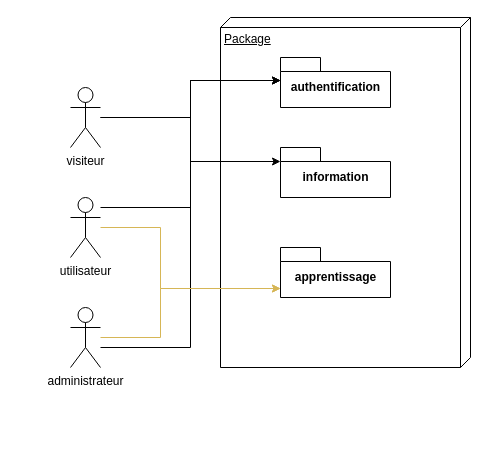
tbuglioni/unlimited-studies-doc keeps this draw.io diagram as Fichiers graphiques/Diagramme de package.drawio. Above is the earlier version. Source tidied: cells renumbered, new cells numbered last; positions are measured from the earlier drawing's top-left corner, leaving out a move shared by most shapes. Both pictures are drawn from the tidied source at 100%, with x=0, y=0 at pixel (70, 17).
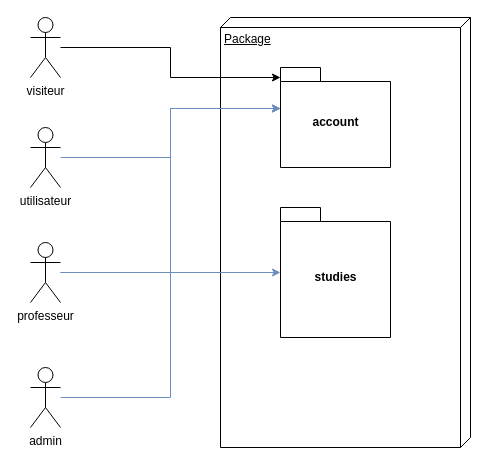
After the change.

What changed in the source:
```diff
@@
     <mxCell id="2" value="Package" style="verticalAlign=top;align=left;spacingTop=8;spacingLeft=2;spacingRight=12;shape=cube;size=10;direction=south;fontStyle=4;html=1;" parent="1" vertex="1">
-      <mxGeometry x="150" width="250" height="350" as="geometry" />
+      <mxGeometry x="150" width="250" height="430" as="geometry" />
     </mxCell>
+    <mxCell id="12" value="account" style="shape=folder;fontStyle=1;spacingTop=10;tabWidth=40;tabHeight=14;tabPosition=left;html=1;" parent="1" vertex="1">
+      <mxGeometry x="210" y="50" width="110" height="100" as="geometry" />
+    </mxCell>
+    <mxCell id="14" value="studies" style="shape=folder;fontStyle=1;spacingTop=10;tabWidth=40;tabHeight=14;tabPosition=left;html=1;" parent="1" vertex="1">
+      <mxGeometry x="210" y="190" width="110" height="130" as="geometry" />
+    </mxCell>
-    <mxCell id="3" style="edgeStyle=orthogonalEdgeStyle;rounded=0;jettySize=auto;html=1;entryX=0;entryY=0;entryDx=0;entryDy=23;entryPerimeter=0;" parent="1" edge="1" source="5" target="12">
-      <mxGeometry relative="1" as="geometry">
-        <Array as="points">
-          <mxPoint x="120" y="190" />
-          <mxPoint x="120" y="63" />
-        </Array>
-      </mxGeometry>
+    <mxCell id="3" style="edgeStyle=orthogonalEdgeStyle;rounded=0;jettySize=auto;html=1;entryX=0;entryY=0;entryDx=0;entryDy=41;entryPerimeter=0;fillColor=#dae8fc;strokeColor=#6c8ebf;" parent="1" edge="1" source="5" target="12">
+      <mxGeometry relative="1" as="geometry" />
     </mxCell>
-    <mxCell id="4" style="edgeStyle=orthogonalEdgeStyle;rounded=0;jettySize=auto;html=1;entryX=0;entryY=0;entryDx=0;entryDy=41;entryPerimeter=0;fillColor=#fff2cc;strokeColor=#d6b656;" parent="1" edge="1" source="5" target="14">
-      <mxGeometry relative="1" as="geometry">
-        <Array as="points">
-          <mxPoint x="90" y="210" />
-          <mxPoint x="90" y="271" />
-        </Array>
-      </mxGeometry>
-    </mxCell>
     <mxCell id="5" value="utilisateur" style="shape=umlActor;verticalLabelPosition=bottom;verticalAlign=top;html=1;" parent="1" vertex="1">
-      <mxGeometry y="180" width="30" height="60" as="geometry" />
+      <mxGeometry x="-40" y="110" width="30" height="60" as="geometry" />
     </mxCell>
-    <mxCell id="6" style="edgeStyle=orthogonalEdgeStyle;rounded=0;jettySize=auto;html=1;entryX=0;entryY=0;entryDx=0;entryDy=23;entryPerimeter=0;" parent="1" edge="1" source="8" target="12">
-      <mxGeometry relative="1" as="geometry" />
+    <mxCell id="6" style="edgeStyle=orthogonalEdgeStyle;rounded=0;jettySize=auto;html=1;" parent="1" edge="1" source="8" target="12">
+      <mxGeometry relative="1" as="geometry">
+        <Array as="points">
+          <mxPoint x="100" y="30" />
+          <mxPoint x="100" y="60" />
+        </Array>
+      </mxGeometry>
     </mxCell>
-    <mxCell id="7" style="edgeStyle=orthogonalEdgeStyle;rounded=0;jettySize=auto;html=1;entryX=0;entryY=0;entryDx=0;entryDy=14;entryPerimeter=0;" parent="1" edge="1" source="8" target="13">
-      <mxGeometry relative="1" as="geometry" />
-    </mxCell>
     <mxCell id="8" value="visiteur" style="shape=umlActor;verticalLabelPosition=bottom;verticalAlign=top;html=1;" parent="1" vertex="1">
-      <mxGeometry y="70" width="30" height="60" as="geometry" />
+      <mxGeometry x="-40" width="30" height="60" as="geometry" />
     </mxCell>
-    <mxCell id="9" style="edgeStyle=orthogonalEdgeStyle;rounded=0;jettySize=auto;html=1;entryX=0;entryY=0;entryDx=0;entryDy=23;entryPerimeter=0;" parent="1" edge="1" source="11" target="12">
-      <mxGeometry relative="1" as="geometry">
-        <Array as="points">
-          <mxPoint x="120" y="330" />
-          <mxPoint x="120" y="63" />
-        </Array>
-      </mxGeometry>
-    </mxCell>
-    <mxCell id="10" style="edgeStyle=orthogonalEdgeStyle;rounded=0;jettySize=auto;html=1;entryX=0;entryY=0;entryDx=0;entryDy=41;entryPerimeter=0;fillColor=#fff2cc;strokeColor=#d6b656;" parent="1" edge="1" source="11" target="14">
-      <mxGeometry relative="1" as="geometry">
-        <Array as="points">
-          <mxPoint x="90" y="320" />
-          <mxPoint x="90" y="271" />
-        </Array>
-      </mxGeometry>
-    </mxCell>
-    <mxCell id="11" value="administrateur" style="shape=umlActor;verticalLabelPosition=bottom;verticalAlign=top;html=1;" parent="1" vertex="1">
-      <mxGeometry y="290" width="30" height="60" as="geometry" />
-    </mxCell>
-    <mxCell id="12" value="authentification" style="shape=folder;fontStyle=1;spacingTop=10;tabWidth=40;tabHeight=14;tabPosition=left;html=1;" parent="1" vertex="1">
-      <mxGeometry x="210" y="40" width="110" height="50" as="geometry" />
-    </mxCell>
-    <mxCell id="13" value="information" style="shape=folder;fontStyle=1;spacingTop=10;tabWidth=40;tabHeight=14;tabPosition=left;html=1;" parent="1" vertex="1">
-      <mxGeometry x="210" y="130" width="110" height="50" as="geometry" />
-    </mxCell>
-    <mxCell id="14" value="apprentissage" style="shape=folder;fontStyle=1;spacingTop=10;tabWidth=40;tabHeight=14;tabPosition=left;html=1;" parent="1" vertex="1">
-      <mxGeometry x="210" y="230" width="110" height="50" as="geometry" />
-    </mxCell>
+    <mxCell id="15" style="edgeStyle=orthogonalEdgeStyle;rounded=0;jettySize=auto;html=1;entryX=0;entryY=0;entryDx=0;entryDy=41;entryPerimeter=0;fillColor=#dae8fc;strokeColor=#6c8ebf;" parent="1" edge="1" source="16" target="12">
+      <mxGeometry relative="1" as="geometry" />
+    </mxCell>
+    <mxCell id="16" value="admin" style="shape=umlActor;verticalLabelPosition=bottom;verticalAlign=top;html=1;" parent="1" vertex="1">
+      <mxGeometry x="-40" y="350" width="30" height="60" as="geometry" />
+    </mxCell>
+    <mxCell id="17" style="edgeStyle=orthogonalEdgeStyle;rounded=0;jettySize=auto;html=1;entryX=0;entryY=0;entryDx=0;entryDy=41;entryPerimeter=0;fillColor=#dae8fc;strokeColor=#6c8ebf;" parent="1" edge="1" source="19" target="12">
+      <mxGeometry relative="1" as="geometry" />
+    </mxCell>
+    <mxCell id="18" style="edgeStyle=orthogonalEdgeStyle;rounded=0;jettySize=auto;html=1;fillColor=#dae8fc;strokeColor=#6c8ebf;" parent="1" edge="1" source="19" target="14">
+      <mxGeometry relative="1" as="geometry" />
+    </mxCell>
+    <mxCell id="19" value="professeur" style="shape=umlActor;verticalLabelPosition=bottom;verticalAlign=top;html=1;" parent="1" vertex="1">
+      <mxGeometry x="-40" y="225" width="30" height="60" as="geometry" />
+    </mxCell>
```
